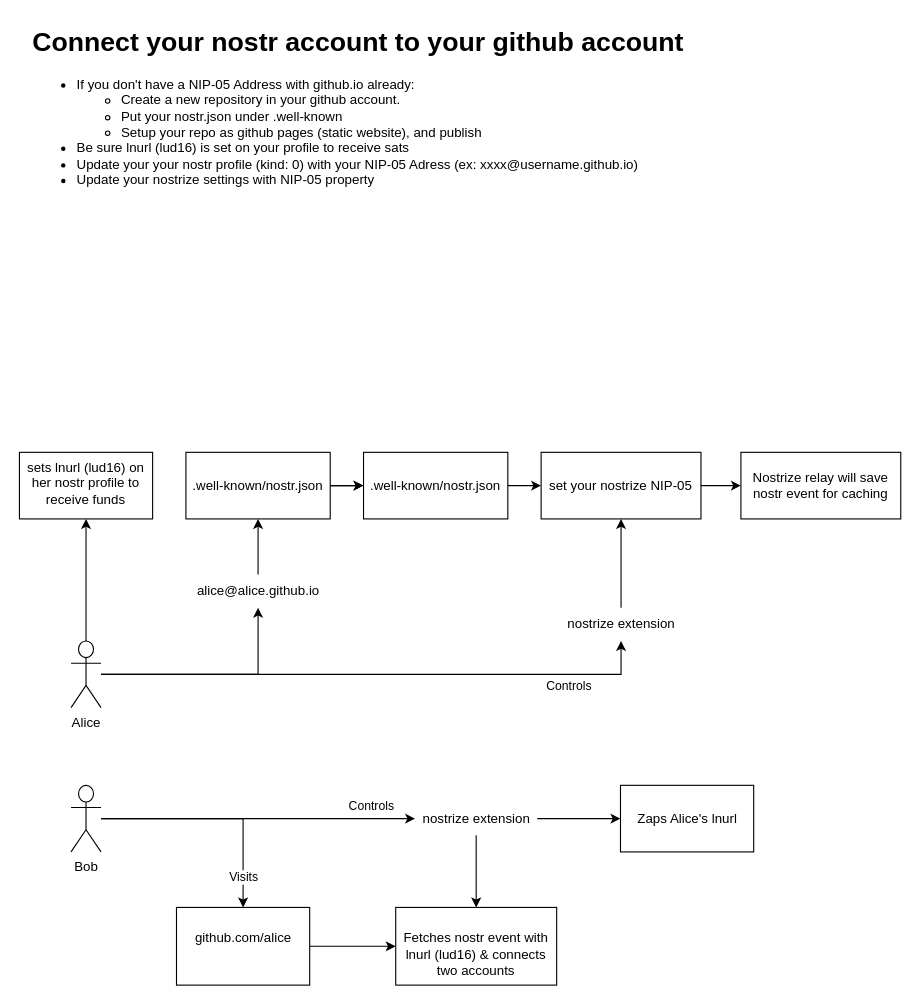
This is page "Nostr Github Connection" (2 of 2) of Nostrize Architecture.drawio from nostrize/extension, a draw.io file, before an edit. Source tidied: cells renumbered, new cells numbered last; positions are measured from the earlier drawing's top-left corner, leaving out a move shared by most shapes. Both pictures are drawn from the tidied source at 111%, with x=0, y=0 at pixel (19, 19). Pictures stored in the file or linked from it are replaced by grey dashed boxes.
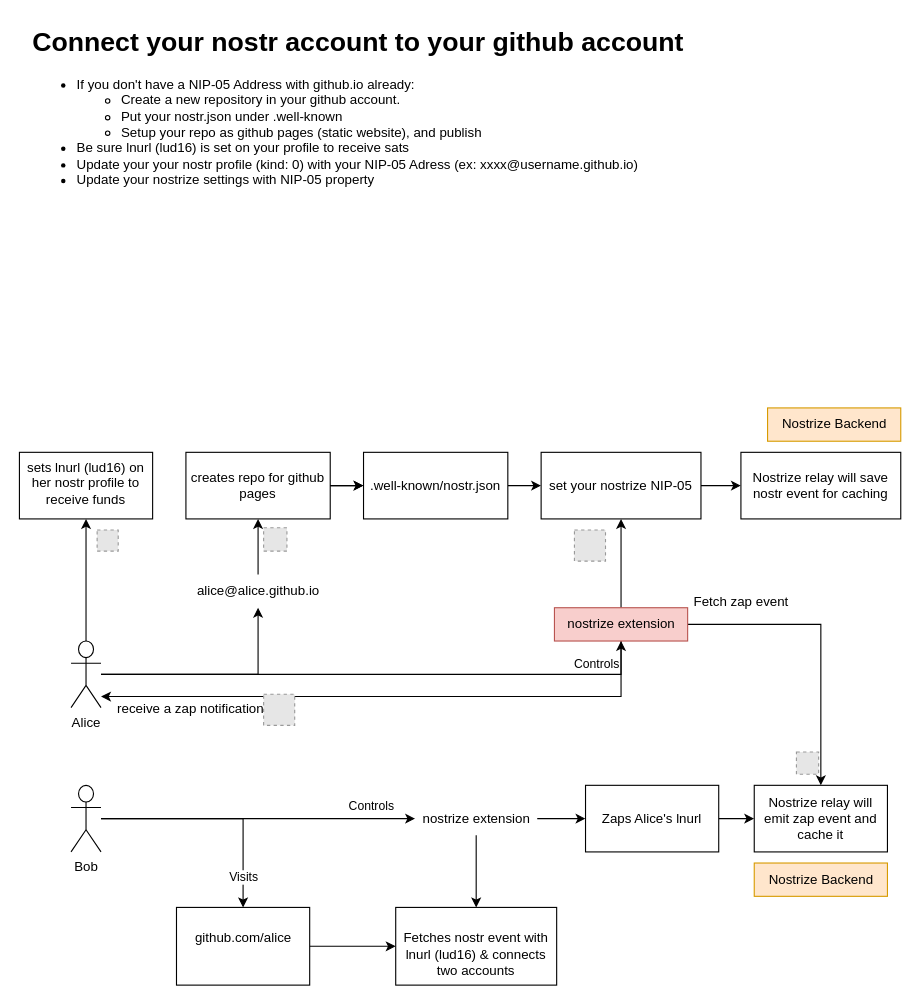
The same page after the edit.

Unchanged cells that the change refers to:
```xml
<mxCell id="10" style="edgeStyle=orthogonalEdgeStyle;rounded=0;jettySize=auto;html=1;" parent="1" edge="1" source="14" target="4">
  <mxGeometry relative="1" as="geometry" />
</mxCell>
<mxCell id="14" value="Alice" style="shape=umlActor;verticalLabelPosition=bottom;verticalAlign=top;html=1;outlineConnect=0;" parent="1" vertex="1">
  <mxGeometry x="46.5" y="560" width="27" height="60" as="geometry" />
</mxCell>
```

Diff of the diagram source:
```diff
@@
-    <mxCell id="7" value=".well-known/nostr.json" style="whiteSpace=wrap;html=1;" parent="1" vertex="1">
+    <mxCell id="7" value="creates repo for github pages" style="whiteSpace=wrap;html=1;" parent="1" vertex="1">
       <mxGeometry x="150" y="390" width="130" height="60" as="geometry" />
     </mxCell>
@@
     <mxCell id="11" value="Controls" style="edgeLabel;html=1;align=center;verticalAlign=middle;" parent="10" vertex="1">
       <mxGeometry x="-0.39" y="2" relative="1" as="geometry">
-        <mxPoint x="360" y="12" as="offset" />
+        <mxPoint x="385" y="-8" as="offset" />
       </mxGeometry>
     </mxCell>
@@
+    <mxCell id="33" style="edgeStyle=orthogonalEdgeStyle;rounded=0;jettySize=auto;html=1;entryX=0.5;entryY=0;entryDx=0;entryDy=0;" parent="1" edge="1" source="16" target="36">
+      <mxGeometry relative="1" as="geometry" />
+    </mxCell>
+    <mxCell id="34" style="edgeStyle=orthogonalEdgeStyle;rounded=0;jettySize=auto;html=1;" parent="1" edge="1" source="16" target="14">
+      <mxGeometry relative="1" as="geometry">
+        <Array as="points">
+          <mxPoint x="542" y="610" />
+        </Array>
+      </mxGeometry>
+    </mxCell>
-    <mxCell id="16" value="nostrize extension" style="text;html=1;align=center;verticalAlign=middle;points=[];strokeColor=none;fillColor=none;" parent="1" vertex="1">
+    <mxCell id="16" value="nostrize extension" style="text;html=1;align=center;verticalAlign=middle;points=[];strokeColor=#b85450;fillColor=#f8cecc;" parent="1" vertex="1">
       <mxGeometry x="482" y="530" width="120" height="30" as="geometry" />
     </mxCell>
@@
+    <mxCell id="35" style="edgeStyle=orthogonalEdgeStyle;rounded=0;jettySize=auto;html=1;" parent="1" edge="1" source="28" target="36">
+      <mxGeometry relative="1" as="geometry" />
+    </mxCell>
     <mxCell id="28" value="Zaps Alice's lnurl" style="whiteSpace=wrap;html=1;" parent="1" vertex="1">
-      <mxGeometry x="541.5" y="690" width="120" height="60" as="geometry" />
+      <mxGeometry x="510" y="690" width="120" height="60" as="geometry" />
     </mxCell>
@@
+    <mxCell id="36" value="Nostrize relay will emit zap event and cache it" style="whiteSpace=wrap;html=1;" parent="1" vertex="1">
+      <mxGeometry x="662" y="690" width="120" height="60" as="geometry" />
+    </mxCell>
+    <mxCell id="37" value="Fetch zap event" style="text;html=1;align=center;verticalAlign=middle;strokeColor=none;fillColor=none;" parent="1" vertex="1">
+      <mxGeometry x="595" y="510" width="110" height="30" as="geometry" />
+    </mxCell>
+    <mxCell id="38" value="receive a zap notification" style="text;html=1;align=center;verticalAlign=middle;strokeColor=none;fillColor=none;" parent="1" vertex="1">
+      <mxGeometry x="73.5" y="606" width="160" height="30" as="geometry" />
+    </mxCell>
+    <mxCell id="39" style="fillColor=#E6E6E6;strokeColor=#999999;dashed=1;html=1;verticalAlign=top;verticalLabelPosition=bottom;labelBackgroundColor=#ffffff;" parent="1" vertex="1">
+      <mxGeometry x="70" y="460" width="19" height="19" as="geometry" />
+    </mxCell>
+    <mxCell id="40" style="fillColor=#E6E6E6;strokeColor=#999999;dashed=1;html=1;verticalAlign=top;verticalLabelPosition=bottom;labelBackgroundColor=#ffffff;" parent="1" vertex="1">
+      <mxGeometry x="220" y="458" width="21" height="21" as="geometry" />
+    </mxCell>
+    <mxCell id="41" style="fillColor=#E6E6E6;strokeColor=#999999;dashed=1;html=1;verticalAlign=top;verticalLabelPosition=bottom;labelBackgroundColor=#ffffff;" parent="1" vertex="1">
+      <mxGeometry x="500" y="460" width="28" height="28" as="geometry" />
+    </mxCell>
+    <mxCell id="42" style="fillColor=#E6E6E6;strokeColor=#999999;dashed=1;html=1;verticalAlign=top;verticalLabelPosition=bottom;labelBackgroundColor=#ffffff;" parent="1" vertex="1">
+      <mxGeometry x="700" y="660" width="20" height="20" as="geometry" />
+    </mxCell>
+    <mxCell id="43" style="fillColor=#E6E6E6;strokeColor=#999999;dashed=1;html=1;verticalAlign=top;verticalLabelPosition=bottom;labelBackgroundColor=#ffffff;" parent="1" vertex="1">
+      <mxGeometry x="220" y="608" width="28" height="28" as="geometry" />
+    </mxCell>
+    <mxCell id="44" value="Nostrize Backend" style="text;html=1;align=center;verticalAlign=middle;strokeColor=#d79b00;fillColor=#ffe6cc;" parent="1" vertex="1">
+      <mxGeometry x="674" y="350" width="120" height="30" as="geometry" />
+    </mxCell>
+    <mxCell id="45" value="Nostrize Backend" style="text;html=1;align=center;verticalAlign=middle;strokeColor=#d79b00;fillColor=#ffe6cc;" parent="1" vertex="1">
+      <mxGeometry x="662" y="760" width="120" height="30" as="geometry" />
+    </mxCell>
```
